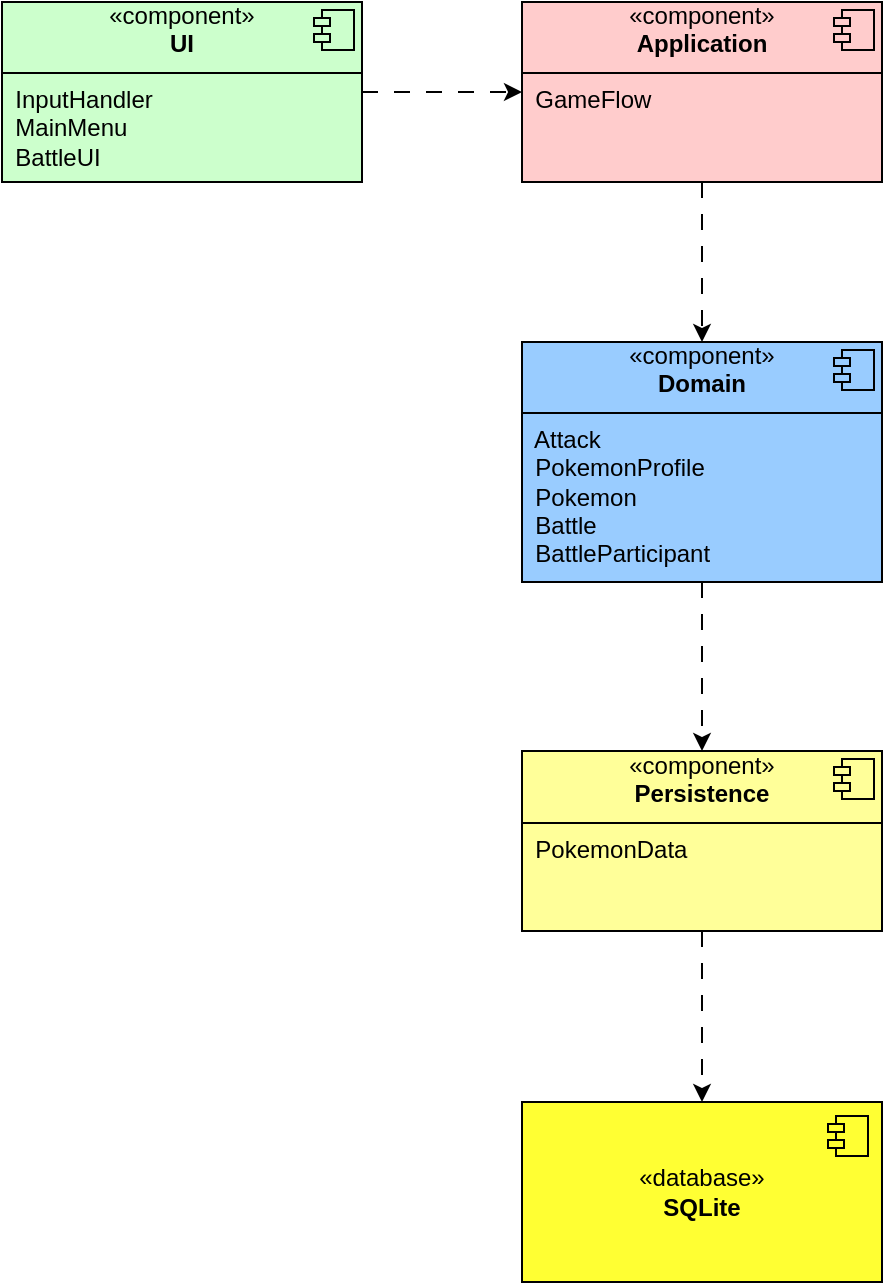
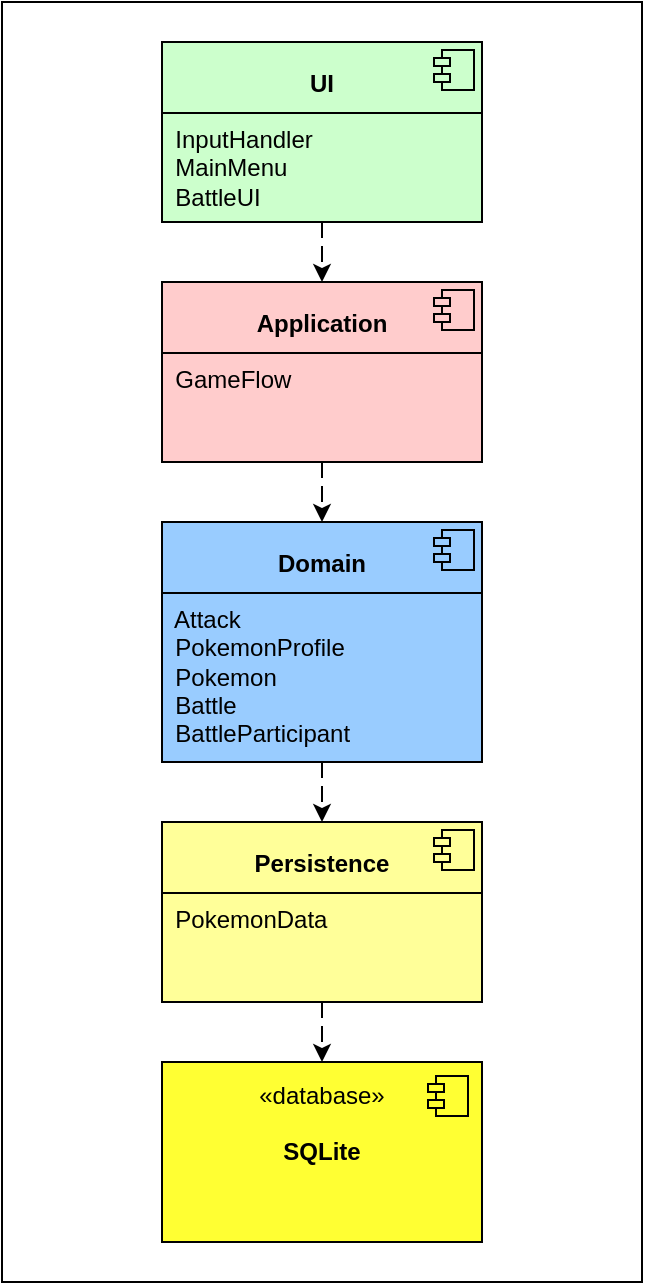
<mxfile host="app.diagrams.net">
  <diagram name="Page-1" id="PizYY43NCI1ggH8KVUrb">
-     <mxGraphModel dx="1038" dy="700" grid="0" gridSize="10" guides="1" tooltips="1" connect="1" arrows="1" fold="1" page="1" pageScale="1" pageWidth="827" pageHeight="1169" math="0" shadow="0">
+     <mxGraphModel dx="1549" dy="687" grid="1" gridSize="10" guides="1" tooltips="1" connect="1" arrows="1" fold="1" page="1" pageScale="1" pageWidth="827" pageHeight="1169" math="0" shadow="0">
      <root>
        <mxCell id="0" />
        <mxCell id="1" parent="0" />
+         <mxCell id="W_vP7MB0y6qmJs2yfLHc-1" parent="1" style="rounded=0;whiteSpace=wrap;html=1;" value="" vertex="1">
+           <mxGeometry height="640" width="320" x="360" y="40" as="geometry" />
+         </mxCell>
        <mxCell id="QePiq8B7hMwe2jFe5RBS-52" edge="1" parent="1" source="QePiq8B7hMwe2jFe5RBS-39" style="edgeStyle=orthogonalEdgeStyle;rounded=0;orthogonalLoop=1;jettySize=auto;html=1;dashed=1;dashPattern=8 8;" target="QePiq8B7hMwe2jFe5RBS-47" value="">
          <mxGeometry relative="1" as="geometry" />
        </mxCell>
-         <mxCell id="QePiq8B7hMwe2jFe5RBS-39" parent="1" style="align=left;overflow=fill;html=1;dropTarget=0;whiteSpace=wrap;fillColor=#FFFF99;" value="&lt;div align=&quot;center&quot;&gt;«component»&lt;b&gt;&lt;br&gt;&lt;/b&gt;&lt;/div&gt;&lt;div align=&quot;center&quot;&gt;&lt;b&gt;Persistence&lt;/b&gt;&lt;/div&gt;&lt;p style=&quot;margin:0px;margin-top:6px;text-align:center;&quot;&gt;&lt;/p&gt;&lt;hr size=&quot;1&quot; style=&quot;border-style:solid;&quot;&gt;&lt;div&gt;&amp;nbsp; PokemonData&lt;/div&gt;" vertex="1">
-           <mxGeometry height="90" width="180" x="448" y="479.5" as="geometry" />
+         <mxCell id="QePiq8B7hMwe2jFe5RBS-39" parent="1" style="align=left;overflow=fill;html=1;dropTarget=0;whiteSpace=wrap;fillColor=#FFFF99;" value="&lt;div align=&quot;center&quot;&gt;&lt;b&gt;&lt;br&gt;&lt;/b&gt;&lt;/div&gt;&lt;div align=&quot;center&quot;&gt;&lt;b&gt;Persistence&lt;/b&gt;&lt;/div&gt;&lt;p style=&quot;margin:0px;margin-top:6px;text-align:center;&quot;&gt;&lt;/p&gt;&lt;hr size=&quot;1&quot; style=&quot;border-style:solid;&quot;&gt;&lt;div&gt;&amp;nbsp; PokemonData&lt;/div&gt;" vertex="1">
+           <mxGeometry height="90" width="160" x="440" y="450" as="geometry" />
        </mxCell>
        <mxCell id="QePiq8B7hMwe2jFe5RBS-40" parent="QePiq8B7hMwe2jFe5RBS-39" style="shape=component;jettyWidth=8;jettyHeight=4;fillColor=#FFFF99;" value="" vertex="1">
          <mxGeometry height="20" relative="1" width="20" x="1" as="geometry">
            <mxPoint x="-24" y="4" as="offset" />
          </mxGeometry>
        </mxCell>
        <mxCell id="QePiq8B7hMwe2jFe5RBS-50" edge="1" parent="1" source="QePiq8B7hMwe2jFe5RBS-41" style="edgeStyle=orthogonalEdgeStyle;rounded=0;orthogonalLoop=1;jettySize=auto;html=1;dashed=1;dashPattern=8 8;" target="QePiq8B7hMwe2jFe5RBS-45" value="">
          <mxGeometry relative="1" as="geometry" />
        </mxCell>
-         <mxCell id="QePiq8B7hMwe2jFe5RBS-41" parent="1" style="align=left;overflow=fill;html=1;dropTarget=0;whiteSpace=wrap;fillColor=#FFCCCC;" value="&lt;div align=&quot;center&quot;&gt;«component»&lt;b&gt;&lt;br&gt;&lt;/b&gt;&lt;/div&gt;&lt;div align=&quot;center&quot;&gt;&lt;b&gt;Application&lt;/b&gt;&lt;/div&gt;&lt;p style=&quot;margin:0px;margin-top:6px;text-align:center;&quot;&gt;&lt;/p&gt;&lt;hr size=&quot;1&quot; style=&quot;border-style:solid;&quot;&gt;&lt;div&gt;&amp;nbsp; GameFlow&lt;/div&gt;" vertex="1">
-           <mxGeometry height="90" width="180" x="448" y="105" as="geometry" />
+         <mxCell id="QePiq8B7hMwe2jFe5RBS-41" parent="1" style="align=left;overflow=fill;html=1;dropTarget=0;whiteSpace=wrap;fillColor=#FFCCCC;" value="&lt;div align=&quot;center&quot;&gt;&lt;b&gt;&lt;br&gt;&lt;/b&gt;&lt;/div&gt;&lt;div align=&quot;center&quot;&gt;&lt;b&gt;Application&lt;/b&gt;&lt;/div&gt;&lt;p style=&quot;margin:0px;margin-top:6px;text-align:center;&quot;&gt;&lt;/p&gt;&lt;hr size=&quot;1&quot; style=&quot;border-style:solid;&quot;&gt;&lt;div&gt;&amp;nbsp; GameFlow&lt;/div&gt;" vertex="1">
+           <mxGeometry height="90" width="160" x="440" y="180" as="geometry" />
        </mxCell>
        <mxCell id="QePiq8B7hMwe2jFe5RBS-42" parent="QePiq8B7hMwe2jFe5RBS-41" style="shape=component;jettyWidth=8;jettyHeight=4;fillColor=#FFCCCC;" value="" vertex="1">
          <mxGeometry height="20" relative="1" width="20" x="1" as="geometry">
            <mxPoint x="-24" y="4" as="offset" />
          </mxGeometry>
        </mxCell>
        <mxCell id="QePiq8B7hMwe2jFe5RBS-49" edge="1" parent="1" source="QePiq8B7hMwe2jFe5RBS-43" style="edgeStyle=orthogonalEdgeStyle;rounded=0;orthogonalLoop=1;jettySize=auto;html=1;dashed=1;dashPattern=8 8;" target="QePiq8B7hMwe2jFe5RBS-41" value="">
          <mxGeometry relative="1" as="geometry" />
        </mxCell>
-         <mxCell id="QePiq8B7hMwe2jFe5RBS-43" parent="1" style="align=left;overflow=fill;html=1;dropTarget=0;whiteSpace=wrap;fillColor=#CCFFCC;" value="&lt;div align=&quot;center&quot;&gt;«component»&lt;b&gt;&lt;br&gt;&lt;/b&gt;&lt;/div&gt;&lt;div align=&quot;center&quot;&gt;&lt;b&gt;UI&lt;/b&gt;&lt;/div&gt;&lt;p style=&quot;margin:0px;margin-top:6px;text-align:center;&quot;&gt;&lt;/p&gt;&lt;hr size=&quot;1&quot; style=&quot;border-style:solid;&quot;&gt;&lt;div&gt;&amp;nbsp; InputHandler&lt;/div&gt;&lt;div&gt;&amp;nbsp; MainMenu&lt;/div&gt;&lt;div&gt;&amp;nbsp; BattleUI&lt;/div&gt;" vertex="1">
-           <mxGeometry height="90" width="180" x="188" y="105" as="geometry" />
+         <mxCell id="QePiq8B7hMwe2jFe5RBS-43" parent="1" style="align=left;overflow=fill;html=1;dropTarget=0;whiteSpace=wrap;fillColor=#CCFFCC;" value="&lt;div align=&quot;center&quot;&gt;&lt;b&gt;&lt;br&gt;&lt;/b&gt;&lt;/div&gt;&lt;div align=&quot;center&quot;&gt;&lt;b&gt;UI&lt;/b&gt;&lt;/div&gt;&lt;p style=&quot;margin:0px;margin-top:6px;text-align:center;&quot;&gt;&lt;/p&gt;&lt;hr size=&quot;1&quot; style=&quot;border-style:solid;&quot;&gt;&lt;div&gt;&amp;nbsp; InputHandler&lt;/div&gt;&lt;div&gt;&amp;nbsp; MainMenu&lt;/div&gt;&lt;div&gt;&amp;nbsp; BattleUI&lt;/div&gt;" vertex="1">
+           <mxGeometry height="90" width="160" x="440" y="60" as="geometry" />
        </mxCell>
        <mxCell id="QePiq8B7hMwe2jFe5RBS-44" parent="QePiq8B7hMwe2jFe5RBS-43" style="shape=component;jettyWidth=8;jettyHeight=4;fillColor=#CCFFCC;" value="" vertex="1">
          <mxGeometry height="20" relative="1" width="20" x="1" as="geometry">
            <mxPoint x="-24" y="4" as="offset" />
          </mxGeometry>
        </mxCell>
        <mxCell id="QePiq8B7hMwe2jFe5RBS-51" edge="1" parent="1" source="QePiq8B7hMwe2jFe5RBS-45" style="edgeStyle=orthogonalEdgeStyle;rounded=0;orthogonalLoop=1;jettySize=auto;html=1;dashed=1;dashPattern=8 8;" target="QePiq8B7hMwe2jFe5RBS-39" value="">
          <mxGeometry relative="1" as="geometry" />
        </mxCell>
-         <mxCell id="QePiq8B7hMwe2jFe5RBS-45" parent="1" style="align=left;overflow=fill;html=1;dropTarget=0;whiteSpace=wrap;fillColor=#99CCFF;" value="&lt;div align=&quot;center&quot;&gt;«component»&lt;b&gt;&lt;br&gt;&lt;/b&gt;&lt;/div&gt;&lt;div align=&quot;center&quot;&gt;&lt;b&gt;Domain&lt;/b&gt;&lt;/div&gt;&lt;p style=&quot;margin:0px;margin-top:6px;text-align:center;&quot;&gt;&lt;/p&gt;&lt;hr size=&quot;1&quot; style=&quot;border-style:solid;&quot;&gt;&lt;div&gt;&amp;nbsp; Attack&lt;/div&gt;&lt;div&gt;&amp;nbsp; PokemonProfile&lt;/div&gt;&lt;div&gt;&amp;nbsp; Pokemon&lt;/div&gt;&lt;div&gt;&amp;nbsp; Battle&lt;/div&gt;&lt;div&gt;&amp;nbsp; BattleParticipant&lt;/div&gt;" vertex="1">
-           <mxGeometry height="120" width="180" x="448" y="275" as="geometry" />
+         <mxCell id="QePiq8B7hMwe2jFe5RBS-45" parent="1" style="align=left;overflow=fill;html=1;dropTarget=0;whiteSpace=wrap;fillColor=#99CCFF;" value="&lt;div align=&quot;center&quot;&gt;&lt;b&gt;&lt;br&gt;&lt;/b&gt;&lt;/div&gt;&lt;div align=&quot;center&quot;&gt;&lt;b&gt;Domain&lt;/b&gt;&lt;/div&gt;&lt;p style=&quot;margin:0px;margin-top:6px;text-align:center;&quot;&gt;&lt;/p&gt;&lt;hr size=&quot;1&quot; style=&quot;border-style:solid;&quot;&gt;&lt;div&gt;&amp;nbsp; Attack&lt;/div&gt;&lt;div&gt;&amp;nbsp; PokemonProfile&lt;/div&gt;&lt;div&gt;&amp;nbsp; Pokemon&lt;/div&gt;&lt;div&gt;&amp;nbsp; Battle&lt;/div&gt;&lt;div&gt;&amp;nbsp; BattleParticipant&lt;/div&gt;" vertex="1">
+           <mxGeometry height="120" width="160" x="440" y="300" as="geometry" />
        </mxCell>
        <mxCell id="QePiq8B7hMwe2jFe5RBS-46" parent="QePiq8B7hMwe2jFe5RBS-45" style="shape=component;jettyWidth=8;jettyHeight=4;fillColor=#99CCFF;" value="" vertex="1">
          <mxGeometry height="20" relative="1" width="20" x="1" as="geometry">
            <mxPoint x="-24" y="4" as="offset" />
          </mxGeometry>
        </mxCell>
-         <mxCell id="QePiq8B7hMwe2jFe5RBS-47" parent="1" style="html=1;dropTarget=0;whiteSpace=wrap;fillColor=#FFFF33;" value="«database»&lt;br&gt;&lt;b&gt;SQLite&lt;/b&gt;" vertex="1">
-           <mxGeometry height="90" width="180" x="448" y="655" as="geometry" />
+         <mxCell id="QePiq8B7hMwe2jFe5RBS-47" parent="1" style="html=1;dropTarget=0;whiteSpace=wrap;fillColor=#FFFF33;align=center;" value="&lt;div align=&quot;center&quot;&gt;«database»&lt;/div&gt;&lt;div align=&quot;center&quot;&gt;&lt;br&gt;&lt;b&gt;SQLite&lt;/b&gt;&lt;/div&gt;&lt;div align=&quot;center&quot;&gt;&lt;b&gt;&lt;br&gt;&lt;/b&gt;&lt;/div&gt;&lt;div align=&quot;center&quot;&gt;&lt;b&gt;&lt;br&gt;&lt;/b&gt;&lt;/div&gt;" vertex="1">
+           <mxGeometry height="90" width="160" x="440" y="570" as="geometry" />
        </mxCell>
        <mxCell id="QePiq8B7hMwe2jFe5RBS-48" parent="QePiq8B7hMwe2jFe5RBS-47" style="shape=module;jettyWidth=8;jettyHeight=4;fillColor=#FFFF33;" value="" vertex="1">
          <mxGeometry height="20" relative="1" width="20" x="1" as="geometry">
            <mxPoint x="-27" y="7" as="offset" />
          </mxGeometry>
        </mxCell>
      </root>
    </mxGraphModel>
  </diagram>
</mxfile>
